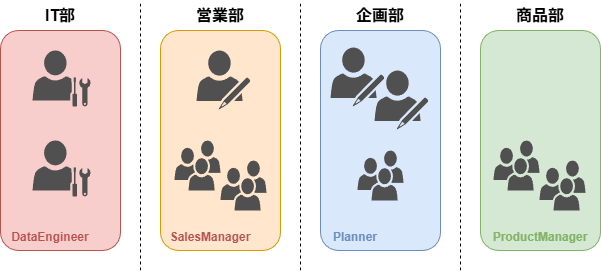
nakashimn/docs-data-platform-arhitecture keeps this draw.io diagram as imgs/ロール設計/組織・ドメイン軸.png. Above is the earlier version. Source tidied: cells renumbered, new cells last; positions are measured from the earlier drawing's top-left corner, leaving out a move shared by most shapes.
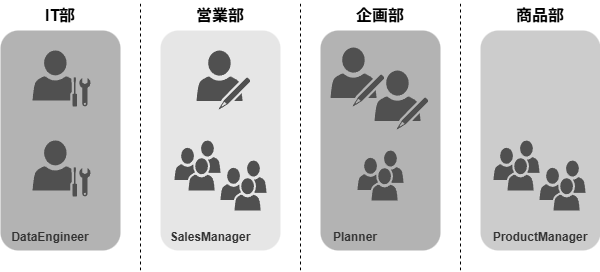
Above is the later version.

Change to the diagram source:
```diff
@@ -2,13 +2,13 @@
   <root>
     <mxCell id="0" />
     <mxCell id="1" parent="0" />
-    <mxCell id="2" style="rounded=1;whiteSpace=wrap;html=1;fillColor=#dae8fc;strokeColor=#6c8ebf;" parent="1" vertex="1">
+    <mxCell id="2" style="rounded=1;whiteSpace=wrap;html=1;fillColor=#B3B3B3;strokeColor=none;" parent="1" vertex="1">
       <mxGeometry x="320" y="30" width="120" height="220" as="geometry" />
     </mxCell>
-    <mxCell id="3" style="rounded=1;whiteSpace=wrap;html=1;fillColor=#f8cecc;strokeColor=#b85450;" parent="1" vertex="1">
+    <mxCell id="3" style="rounded=1;whiteSpace=wrap;html=1;fillColor=#B3B3B3;strokeColor=none;" parent="1" vertex="1">
       <mxGeometry y="30" width="120" height="220" as="geometry" />
     </mxCell>
-    <mxCell id="4" style="rounded=1;whiteSpace=wrap;html=1;fillColor=#ffe6cc;strokeColor=#d79b00;" parent="1" vertex="1">
+    <mxCell id="4" style="rounded=1;whiteSpace=wrap;html=1;fillColor=#E6E6E6;strokeColor=none;" parent="1" vertex="1">
       <mxGeometry x="160" y="30" width="120" height="220" as="geometry" />
     </mxCell>
     <mxCell id="5" style="sketch=0;shadow=0;dashed=0;html=1;strokeColor=none;fillColor=#505050;labelPosition=center;verticalLabelPosition=bottom;verticalAlign=top;align=center;shape=mxgraph.office.users.administrator;" parent="1" vertex="1">
@@ -26,7 +26,7 @@
     <mxCell id="8" style="sketch=0;shadow=0;dashed=0;html=1;strokeColor=none;fillColor=#505050;labelPosition=center;verticalLabelPosition=bottom;verticalAlign=top;align=center;shape=mxgraph.office.users.writer;" parent="1" vertex="1">
       <mxGeometry x="330" y="47" width="54" height="59" as="geometry" />
     </mxCell>
-    <mxCell id="9" style="rounded=1;whiteSpace=wrap;html=1;fillColor=#d5e8d4;strokeColor=#82b366;" parent="1" vertex="1">
+    <mxCell id="9" style="rounded=1;whiteSpace=wrap;html=1;fillColor=#CCCCCC;strokeColor=none;" parent="1" vertex="1">
       <mxGeometry x="480" y="30" width="120" height="220" as="geometry" />
     </mxCell>
     <mxCell id="10" style="endArrow=none;dashed=1;html=1;" parent="1" edge="1">
@@ -74,16 +74,16 @@
     <mxCell id="22" value="商品部" style="text;strokeColor=none;align=center;fillColor=none;html=1;verticalAlign=middle;whiteSpace=wrap;rounded=0;fontStyle=1;fontSize=16;" parent="1" vertex="1">
       <mxGeometry x="510" width="60" height="30" as="geometry" />
     </mxCell>
-    <mxCell id="23" value="&lt;font style=&quot;font-size: 12px; color: light-dark(rgb(184, 84, 80), rgb(237, 237, 237));&quot;&gt;DataEngineer&lt;/font&gt;" style="text;strokeColor=none;align=center;fillColor=none;html=1;verticalAlign=middle;whiteSpace=wrap;rounded=0;fontStyle=1;fontSize=16;fontColor=light-dark(#b85450, #ededed);" parent="1" vertex="1">
+    <mxCell id="23" value="&lt;font style=&quot;font-size: 12px;&quot;&gt;DataEngineer&lt;/font&gt;" style="text;strokeColor=none;align=center;fillColor=none;html=1;verticalAlign=middle;whiteSpace=wrap;rounded=0;fontStyle=1;fontSize=16;fontColor=light-dark(#333333,#EDEDED);" parent="1" vertex="1">
       <mxGeometry y="220" width="100" height="30" as="geometry" />
     </mxCell>
-    <mxCell id="24" value="&lt;font style=&quot;font-size: 12px; color: light-dark(rgb(184, 84, 80), rgb(237, 237, 237));&quot;&gt;SalesManager&lt;/font&gt;" style="text;strokeColor=none;align=center;fillColor=none;html=1;verticalAlign=middle;whiteSpace=wrap;rounded=0;fontStyle=1;fontSize=16;fontColor=light-dark(#b85450, #ededed);" parent="1" vertex="1">
+    <mxCell id="24" value="&lt;font style=&quot;font-size: 12px;&quot;&gt;SalesManager&lt;/font&gt;" style="text;strokeColor=none;align=center;fillColor=none;html=1;verticalAlign=middle;whiteSpace=wrap;rounded=0;fontStyle=1;fontSize=16;fontColor=light-dark(#333333,#EDEDED);" parent="1" vertex="1">
       <mxGeometry x="160" y="220" width="100" height="30" as="geometry" />
     </mxCell>
-    <mxCell id="25" value="&lt;span style=&quot;font-size: 12px;&quot;&gt;&lt;font style=&quot;color: light-dark(rgb(108, 142, 191), rgb(237, 237, 237));&quot;&gt;Planner&lt;/font&gt;&lt;/span&gt;" style="text;strokeColor=none;align=center;fillColor=none;html=1;verticalAlign=middle;whiteSpace=wrap;rounded=0;fontStyle=1;fontSize=16;fontColor=light-dark(#b85450, #ededed);" parent="1" vertex="1">
+    <mxCell id="25" value="&lt;span style=&quot;font-size: 12px;&quot;&gt;&lt;font style=&quot;&quot;&gt;Planner&lt;/font&gt;&lt;/span&gt;" style="text;strokeColor=none;align=center;fillColor=none;html=1;verticalAlign=middle;whiteSpace=wrap;rounded=0;fontStyle=1;fontSize=16;fontColor=light-dark(#333333,#EDEDED);" parent="1" vertex="1">
       <mxGeometry x="320" y="220" width="70" height="30" as="geometry" />
     </mxCell>
-    <mxCell id="26" value="&lt;font style=&quot;font-size: 12px; color: light-dark(rgb(130, 179, 102), rgb(237, 237, 237));&quot;&gt;ProductManager&lt;/font&gt;" style="text;strokeColor=none;align=center;fillColor=none;html=1;verticalAlign=middle;whiteSpace=wrap;rounded=0;fontStyle=1;fontSize=16;fontColor=light-dark(#b85450, #ededed);" parent="1" vertex="1">
+    <mxCell id="26" value="&lt;font style=&quot;font-size: 12px;&quot;&gt;ProductManager&lt;/font&gt;" style="text;strokeColor=none;align=center;fillColor=none;html=1;verticalAlign=middle;whiteSpace=wrap;rounded=0;fontStyle=1;fontSize=16;fontColor=light-dark(#333333,#EDEDED);" parent="1" vertex="1">
       <mxGeometry x="480" y="220" width="120" height="30" as="geometry" />
     </mxCell>
   </root>
```
